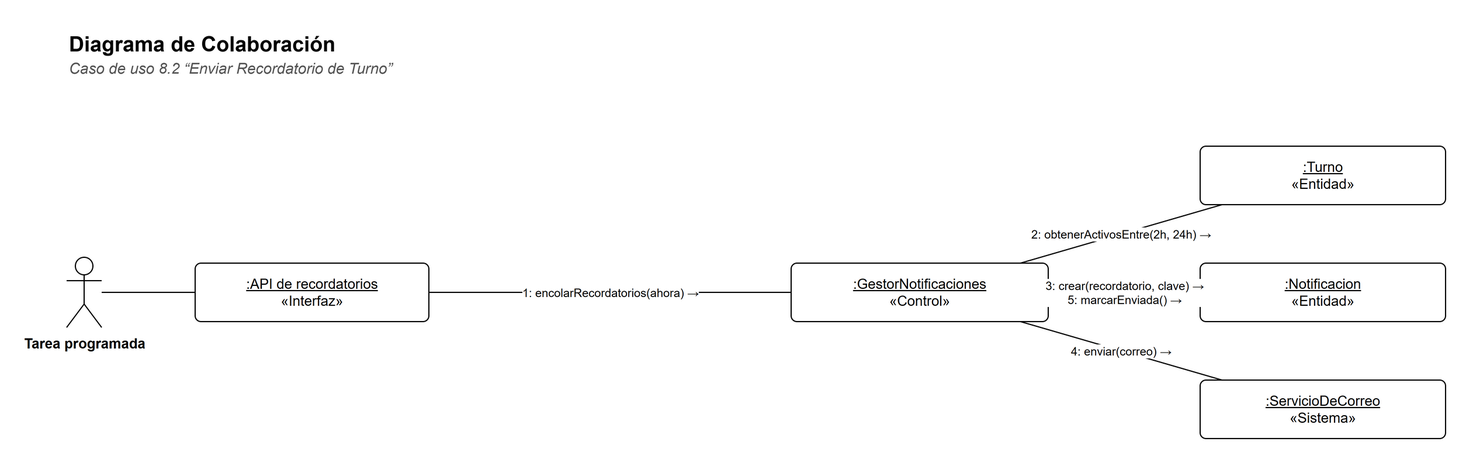
Matiglorioso/kineturnos keeps this draw.io diagram as docs/diagramas/colaboracion-8-2.png. Above is the earlier version. Source tidied: cells renumbered, new cells last; positions are measured from the earlier drawing's top-left corner, leaving out a move shared by most shapes.
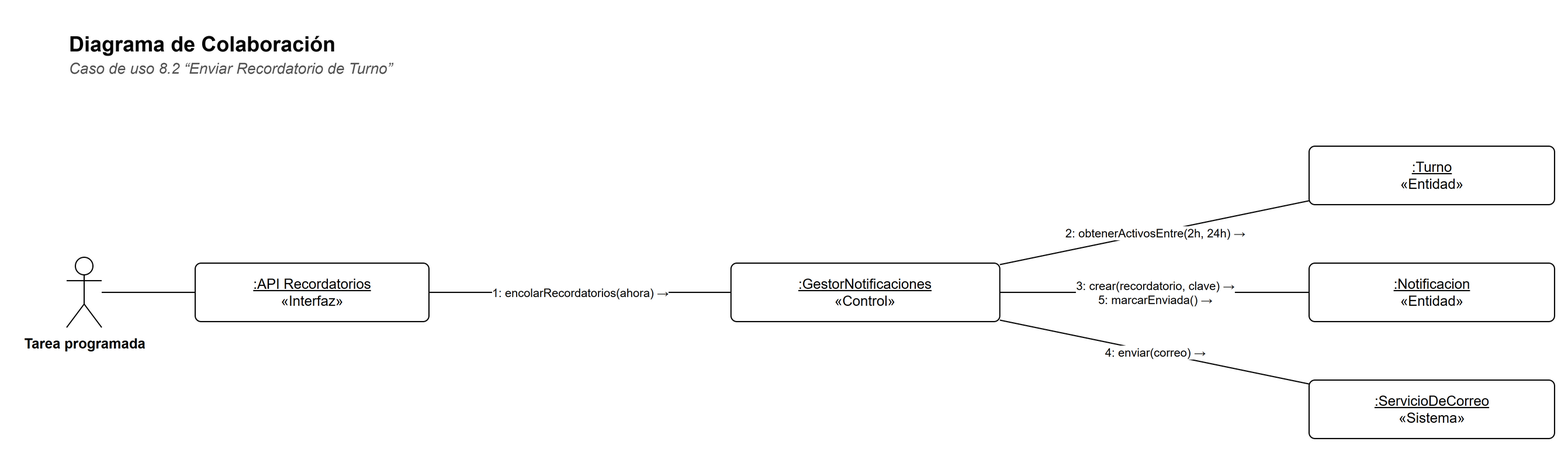
After the change.

Diff of the diagram source:
```diff
@@ -11,20 +11,20 @@
     <mxCell id="4" value="Tarea programada" style="shape=umlActor;verticalLabelPosition=bottom;verticalAlign=top;html=1;outlineConnect=0;fillColor=#FFFFFF;strokeColor=#000000;fontFamily=Helvetica;fontSize=12;fontStyle=1;" parent="1" vertex="1">
       <mxGeometry y="200" width="30" height="60" as="geometry" />
     </mxCell>
-    <mxCell id="5" value="&lt;u&gt;:API de recordatorios&lt;/u&gt;&lt;br&gt;«Interfaz»" style="rounded=0;whiteSpace=wrap;html=1;fillColor=#FFFFFF;strokeColor=#000000;fontFamily=Helvetica;fontSize=12;rounded=1;arcSize=10;" parent="1" vertex="1">
+    <mxCell id="5" value="&lt;u&gt;:API Recordatorios&lt;/u&gt;&lt;br&gt;«Interfaz»" style="rounded=0;whiteSpace=wrap;html=1;fillColor=#FFFFFF;strokeColor=#000000;fontFamily=Helvetica;fontSize=12;rounded=1;arcSize=10;" parent="1" vertex="1">
       <mxGeometry x="110" y="205" width="200" height="50" as="geometry" />
     </mxCell>
     <mxCell id="6" value="&lt;u&gt;:GestorNotificaciones&lt;/u&gt;&lt;br&gt;«Control»" style="rounded=0;whiteSpace=wrap;html=1;fillColor=#FFFFFF;strokeColor=#000000;fontFamily=Helvetica;fontSize=12;rounded=1;arcSize=10;" parent="1" vertex="1">
-      <mxGeometry x="620" y="205" width="220" height="50" as="geometry" />
+      <mxGeometry x="568.4" y="205" width="230" height="50" as="geometry" />
     </mxCell>
     <mxCell id="7" value="&lt;u&gt;:Turno&lt;/u&gt;&lt;br&gt;«Entidad»" style="rounded=0;whiteSpace=wrap;html=1;fillColor=#FFFFFF;strokeColor=#000000;fontFamily=Helvetica;fontSize=12;rounded=1;arcSize=10;" parent="1" vertex="1">
-      <mxGeometry x="970" y="105" width="210" height="50" as="geometry" />
+      <mxGeometry x="1063" y="105" width="210" height="50" as="geometry" />
     </mxCell>
     <mxCell id="8" value="&lt;u&gt;:Notificacion&lt;/u&gt;&lt;br&gt;«Entidad»" style="rounded=0;whiteSpace=wrap;html=1;fillColor=#FFFFFF;strokeColor=#000000;fontFamily=Helvetica;fontSize=12;rounded=1;arcSize=10;" parent="1" vertex="1">
-      <mxGeometry x="970" y="205" width="210" height="50" as="geometry" />
+      <mxGeometry x="1063" y="205" width="210" height="50" as="geometry" />
     </mxCell>
     <mxCell id="9" value="&lt;u&gt;:ServicioDeCorreo&lt;/u&gt;&lt;br&gt;«Sistema»" style="rounded=0;whiteSpace=wrap;html=1;fillColor=#FFFFFF;strokeColor=#000000;fontFamily=Helvetica;fontSize=12;rounded=1;arcSize=10;" parent="1" vertex="1">
-      <mxGeometry x="970" y="305" width="210" height="50" as="geometry" />
+      <mxGeometry x="1063" y="305" width="210" height="50" as="geometry" />
     </mxCell>
     <mxCell id="10" style="edgeStyle=none;html=1;endArrow=none;endFill=0;strokeColor=#000000;fontFamily=Helvetica;fontSize=11;labelBackgroundColor=#FFFFFF;" parent="1" edge="1" source="4" target="5">
       <mxGeometry relative="1" as="geometry" />
```
